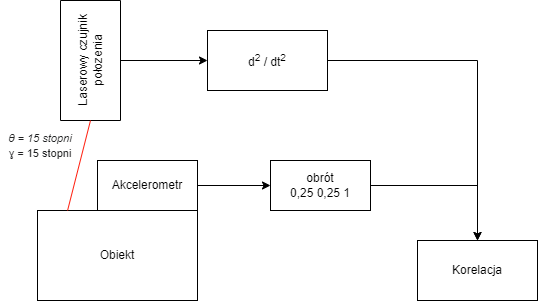
Above: dokumentacja/assets/wibro2.png in LynxLynxx/wibro (draw.io), before the change. Source tidied: cells renumbered, new cells last; positions are measured from the earlier drawing's top-left corner, leaving out a move shared by most shapes.
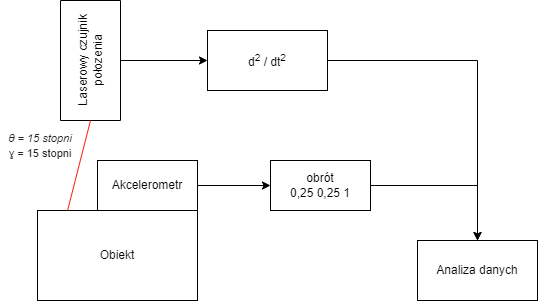
After the commit.

Diff of the diagram source:
```diff
@@ -29,7 +29,7 @@
     <mxCell id="10" value="obrót&lt;br&gt;0,25 0,25 1" style="rounded=0;whiteSpace=wrap;html=1;" parent="1" vertex="1">
       <mxGeometry x="270" y="130" width="100" height="50" as="geometry" />
     </mxCell>
-    <mxCell id="11" value="Korelacja" style="whiteSpace=wrap;html=1;rounded=0;" parent="1" vertex="1">
+    <mxCell id="11" value="Analiza danych" style="whiteSpace=wrap;html=1;rounded=0;" parent="1" vertex="1">
       <mxGeometry x="417" y="210" width="120" height="60" as="geometry" />
     </mxCell>
     <mxCell id="12" style="endArrow=classic;html=1;rounded=0;strokeColor=#000000;exitX=1;exitY=0.5;exitDx=0;exitDy=0;entryX=0.5;entryY=0;entryDx=0;entryDy=0;edgeStyle=orthogonalEdgeStyle;" parent="1" edge="1" source="10" target="11">
```
